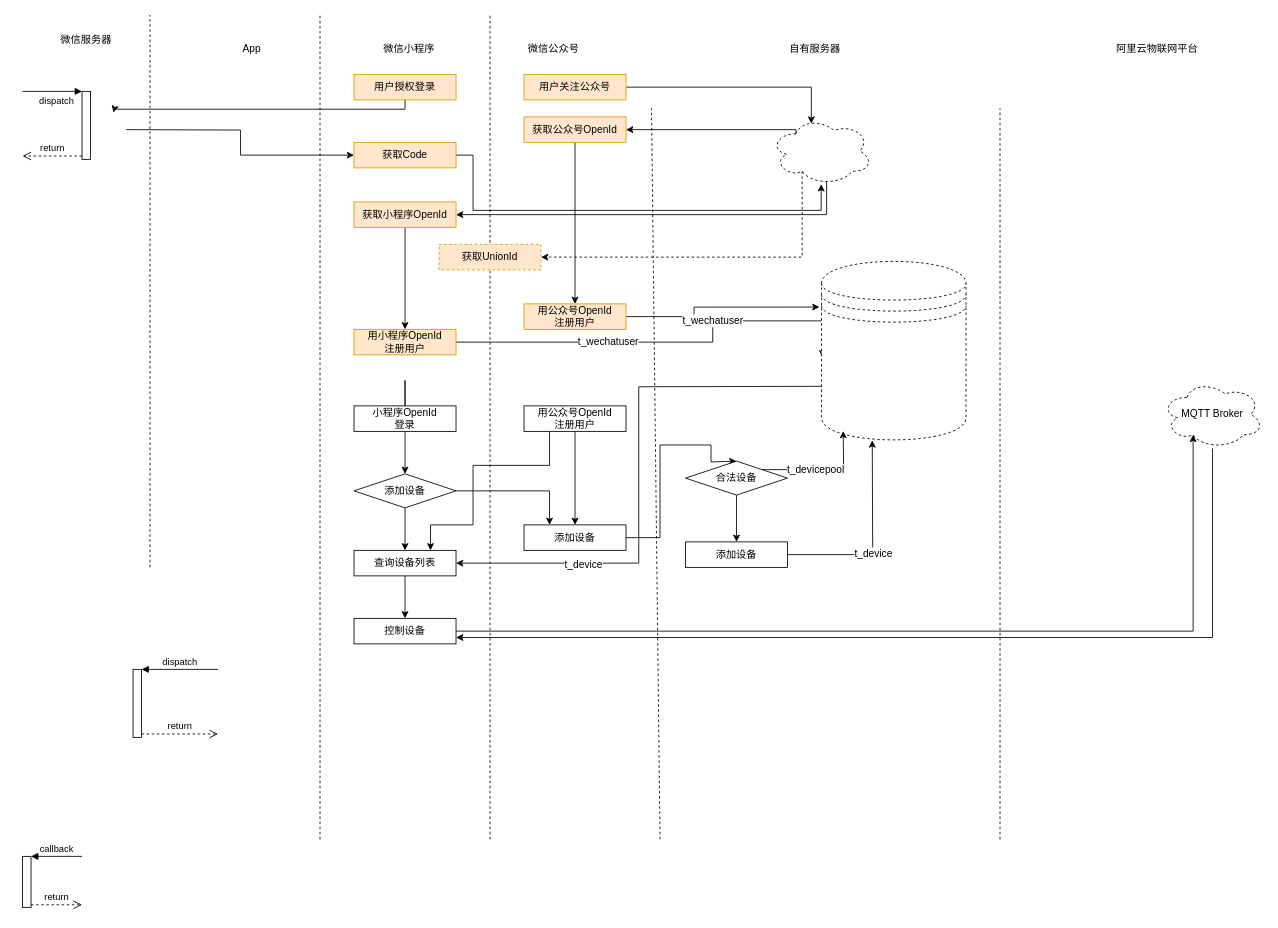
Earlier version of the draw.io diagram page "Page-1" (1 of 2) of SystemDiagram.drawio (federliang/test). Source tidied: cells renumbered, new cells numbered last; positions are measured from the earlier drawing's top-left corner, leaving out a move shared by most shapes. Both pictures are drawn from the tidied source at 85%, with x=0, y=0 at pixel (22, 14).
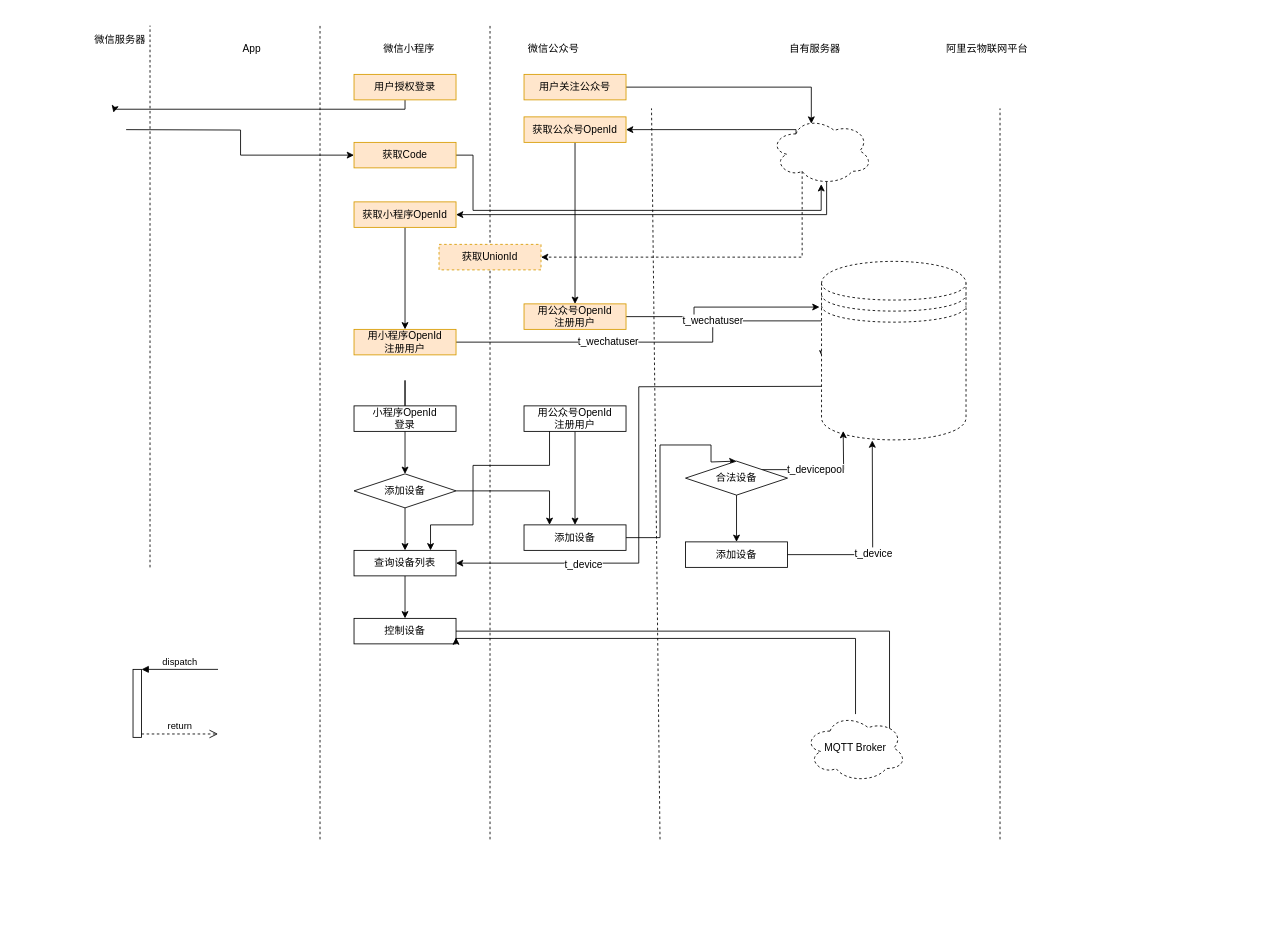
The same diagram, later.

The change refers to these unchanged cells:
```xml
<mxCell id="43" value="控制设备" style="rounded=0;whiteSpace=wrap;html=1;" parent="1" vertex="1">
  <mxGeometry x="390" y="710" width="120" height="30" as="geometry" />
</mxCell>
<mxCell id="50" value="添加设备" style="rounded=0;whiteSpace=wrap;html=1;" parent="1" vertex="1">
  <mxGeometry x="780" y="620" width="120" height="30" as="geometry" />
</mxCell>
```

Change to the diagram source:
```diff
@@
     <mxCell id="2" style="endArrow=none;dashed=1;html=1;" parent="1" edge="1">
       <mxGeometry relative="1" as="geometry">
         <mxPoint x="350" y="970" as="sourcePoint" />
-        <mxPoint x="350" as="targetPoint" />
+        <mxPoint x="350" y="12.6" as="targetPoint" />
       </mxGeometry>
     </mxCell>
     <mxCell id="3" style="endArrow=none;dashed=1;html=1;" parent="1" edge="1">
       <mxGeometry relative="1" as="geometry">
         <mxPoint x="550" y="970" as="sourcePoint" />
-        <mxPoint x="550" as="targetPoint" />
+        <mxPoint x="550" y="12.6" as="targetPoint" />
       </mxGeometry>
     </mxCell>
@@
     <mxCell id="24" style="endArrow=none;dashed=1;html=1;" parent="1" edge="1">
       <mxGeometry relative="1" as="geometry">
         <mxPoint x="150" y="650" as="sourcePoint" />
-        <mxPoint x="150" as="targetPoint" />
+        <mxPoint x="150" y="12.6" as="targetPoint" />
       </mxGeometry>
     </mxCell>
     <mxCell id="25" value="微信服务器" style="text;html=1;strokeColor=none;fillColor=none;align=center;verticalAlign=middle;whiteSpace=wrap;rounded=0;" parent="1" vertex="1">
-      <mxGeometry x="30" y="20" width="90" height="20" as="geometry" />
+      <mxGeometry x="70" y="20" width="90" height="20" as="geometry" />
     </mxCell>
@@
     <mxCell id="42" style="edgeStyle=orthogonalEdgeStyle;rounded=0;jettySize=auto;html=1;entryX=0.31;entryY=0.8;entryDx=0;entryDy=0;entryPerimeter=0;" parent="1" edge="1" source="43" target="57">
       <mxGeometry relative="1" as="geometry">
         <Array as="points">
-          <mxPoint x="1377" y="725" />
+          <mxPoint x="1020" y="725.6" />
+          <mxPoint x="1020" y="885.6" />
         </Array>
       </mxGeometry>
     </mxCell>
@@
     <mxCell id="51" style="edgeStyle=orthogonalEdgeStyle;rounded=0;jettySize=auto;html=1;entryX=0.351;entryY=1.003;entryDx=0;entryDy=0;exitX=1;exitY=0.5;exitDx=0;exitDy=0;entryPerimeter=0;" parent="1" edge="1" source="50">
       <mxGeometry relative="1" as="geometry">
-        <mxPoint x="999.7" y="500.6" as="targetPoint" />
+        <mxPoint x="999.7" y="500.7" as="targetPoint" />
       </mxGeometry>
     </mxCell>
@@
     <mxCell id="55" value="阿里云物联网平台" style="text;html=1;strokeColor=none;fillColor=none;align=center;verticalAlign=middle;whiteSpace=wrap;rounded=0;" parent="1" vertex="1">
-      <mxGeometry x="1280" y="30" width="110" height="20" as="geometry" />
+      <mxGeometry x="1080" y="30" width="110" height="20" as="geometry" />
     </mxCell>
     <mxCell id="56" style="edgeStyle=orthogonalEdgeStyle;rounded=0;jettySize=auto;html=1;entryX=1;entryY=0.75;entryDx=0;entryDy=0;" parent="1" edge="1" source="57" target="43">
       <mxGeometry relative="1" as="geometry">
         <Array as="points">
-          <mxPoint x="1400" y="732" />
+          <mxPoint x="980" y="733.6" />
         </Array>
       </mxGeometry>
     </mxCell>
     <mxCell id="57" value="MQTT Broker" style="ellipse;shape=cloud;whiteSpace=wrap;html=1;dashed=1;" parent="1" vertex="1">
-      <mxGeometry x="1340" y="430" width="120" height="80" as="geometry" />
+      <mxGeometry x="920" y="822.6" width="120" height="80" as="geometry" />
     </mxCell>
@@
-    <mxCell id="61" style="html=1;points=[];perimeter=orthogonalPerimeter;" parent="1" vertex="1">
-      <mxGeometry y="990" width="10" height="60" as="geometry" />
-    </mxCell>
-    <mxCell id="62" value="callback" style="html=1;verticalAlign=bottom;endArrow=block;entryX=1;entryY=0;" parent="1" edge="1" target="61">
-      <mxGeometry relative="1" as="geometry">
-        <mxPoint x="70" y="990" as="sourcePoint" />
-      </mxGeometry>
-    </mxCell>
-    <mxCell id="63" value="return" style="html=1;verticalAlign=bottom;endArrow=open;dashed=1;endSize=8;exitX=1;exitY=0.95;" parent="1" edge="1" source="61">
-      <mxGeometry relative="1" as="geometry">
-        <mxPoint x="70" y="1047" as="targetPoint" />
-      </mxGeometry>
-    </mxCell>
-    <mxCell id="64" style="html=1;points=[];perimeter=orthogonalPerimeter;" parent="1" vertex="1">
-      <mxGeometry x="70" y="90" width="10" height="80" as="geometry" />
-    </mxCell>
-    <mxCell id="65" value="dispatch" style="html=1;verticalAlign=bottom;endArrow=block;entryX=0;entryY=0;shadow=0;" parent="1" edge="1" target="64">
-      <mxGeometry x="0.14" y="-20" relative="1" as="geometry">
-        <mxPoint y="90" as="sourcePoint" />
-      </mxGeometry>
-    </mxCell>
-    <mxCell id="66" value="return" style="html=1;verticalAlign=bottom;endArrow=open;dashed=1;endSize=8;exitX=0;exitY=0.95;" parent="1" edge="1" source="64">
-      <mxGeometry relative="1" as="geometry">
-        <mxPoint y="166" as="targetPoint" />
-      </mxGeometry>
-    </mxCell>
```
